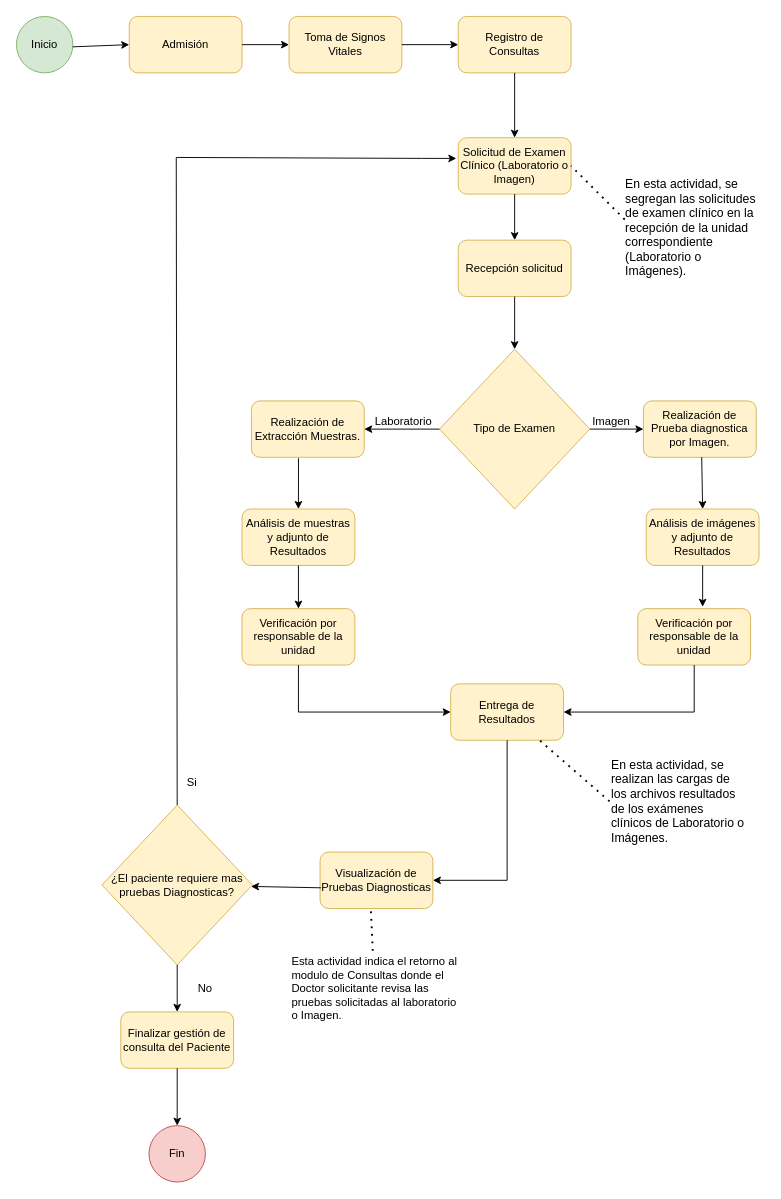
This is page "Diagrama de Laboratorio" (2 of 3) of Diagramas de Flujo de Proceso.drawio from marguello86/Equipo1_MINSA, a draw.io file, before an edit. Source tidied: cells renumbered, new cells numbered last; positions are measured from the earlier drawing's top-left corner, leaving out a move shared by most shapes. Both pictures are drawn from the tidied source at 94%, with x=0, y=0 at pixel (16, 16).
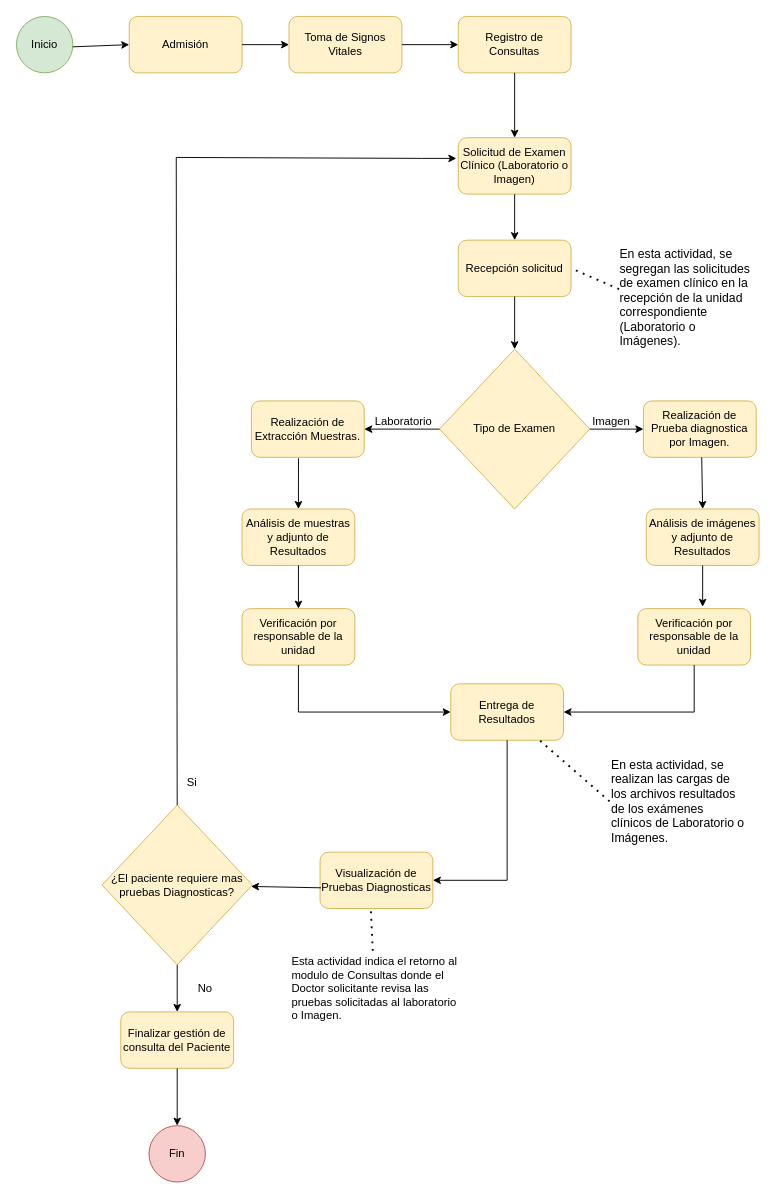
After the change.

Unchanged cells that the change refers to:
```xml
<mxCell id="9" value="Solicitud de Examen Clínico (Laboratorio o Imagen)" style="rounded=1;whiteSpace=wrap;html=1;fillColor=#fff2cc;strokeColor=#d6b656;" parent="1" vertex="1">
  <mxGeometry x="470" y="129" width="120" height="60" as="geometry" />
</mxCell>
<mxCell id="10" value="Recepción solicitud" style="rounded=1;whiteSpace=wrap;html=1;fillColor=#fff2cc;strokeColor=#d6b656;" parent="1" vertex="1">
  <mxGeometry x="470" y="238" width="120" height="60" as="geometry" />
</mxCell>
```

Diff of the diagram source:
```diff
@@
     <mxCell id="45" value="&lt;div style=&quot;&quot;&gt;&lt;span style=&quot;font-size: 13px; background-color: initial;&quot;&gt;En esta actividad, se segregan las solicitudes de examen clínico en la recepción de la unidad correspondiente (Laboratorio o Imágenes).&lt;/span&gt;&lt;/div&gt;" style="text;html=1;strokeColor=none;fillColor=none;align=left;verticalAlign=middle;whiteSpace=wrap;rounded=0;" parent="1" vertex="1">
-      <mxGeometry x="646" y="170" width="150" height="110" as="geometry" />
+      <mxGeometry x="640" y="244" width="150" height="110" as="geometry" />
     </mxCell>
@@
-    <mxCell id="48" style="endArrow=none;dashed=1;html=1;dashPattern=1 3;strokeWidth=2;rounded=0;fontSize=13;exitX=0.007;exitY=0.418;exitDx=0;exitDy=0;exitPerimeter=0;entryX=1;entryY=0.5;entryDx=0;entryDy=0;" parent="1" edge="1" source="45" target="9">
+    <mxCell id="48" style="endArrow=none;dashed=1;html=1;dashPattern=1 3;strokeWidth=2;rounded=0;fontSize=13;exitX=0.007;exitY=0.418;exitDx=0;exitDy=0;exitPerimeter=0;entryX=1;entryY=0.5;entryDx=0;entryDy=0;" parent="1" edge="1" source="45" target="10">
       <mxGeometry relative="1" as="geometry" />
     </mxCell>
```
